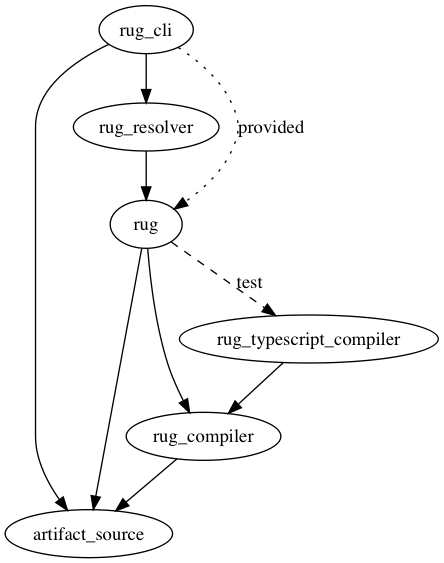
jessitron/org-dep-graph keeps this Graphviz diagram as atomist.png. Above is the earlier version. Its source is kept beside it as atomist.dot.
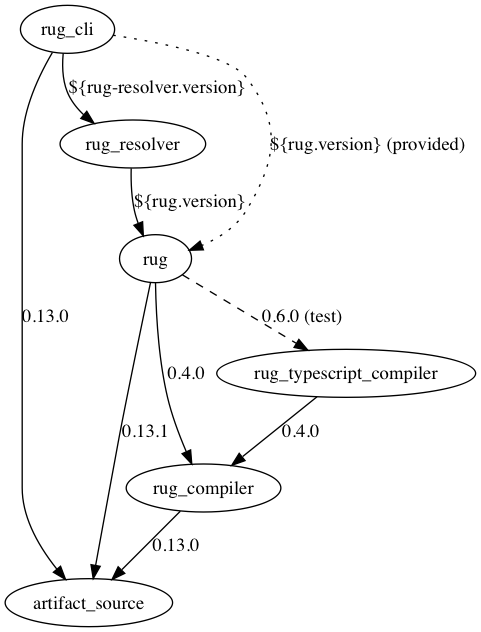
The same file after the commit.

What changed in the source:
```diff
@@ -1,11 +1,11 @@
 digraph atomist {
-rug_cli -> artifact_source [];
-rug_cli -> rug_resolver [];
-rug_cli -> rug [label="provided",style="dotted"];
-rug -> artifact_source [];
-rug -> rug_compiler [];
-rug -> rug_typescript_compiler [label="test",style="dashed"];
-rug_resolver -> rug [];
-rug_typescript_compiler -> rug_compiler [];
-rug_compiler -> artifact_source [];
+rug_cli -> artifact_source [label="0.13.0"];
+rug_cli -> rug_resolver [label="${rug-resolver.version}"];
+rug_cli -> rug [label="${rug.version} (provided)",style="dotted"];
+rug -> artifact_source [label="0.13.1"];
+rug -> rug_compiler [label="0.4.0"];
+rug -> rug_typescript_compiler [label="0.6.0 (test)",style="dashed"];
+rug_resolver -> rug [label="${rug.version}"];
+rug_typescript_compiler -> rug_compiler [label="0.4.0"];
+rug_compiler -> artifact_source [label="0.13.0"];
 }
```
